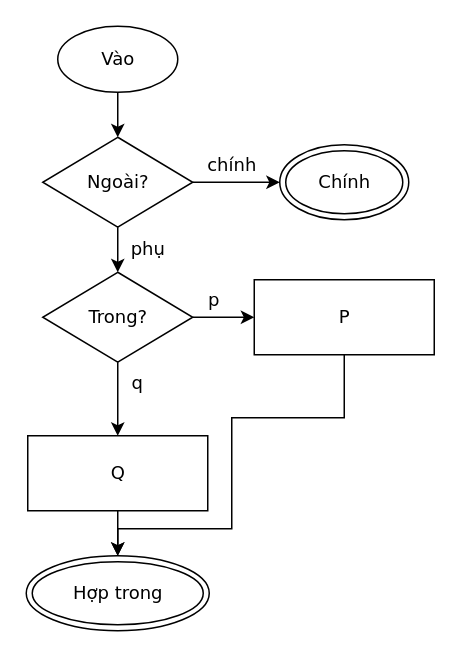
luytbq/flowcast keeps this draw.io diagram as conformance/golden/flowchart/16-place-merge-nested.drawio. Above is the earlier version. Source tidied: cells renumbered, new cells numbered last; positions are measured from the earlier drawing's top-left corner, leaving out a move shared by most shapes. Both pictures are drawn from the tidied source at 150%, with x=0, y=0 at pixel (26, 26).
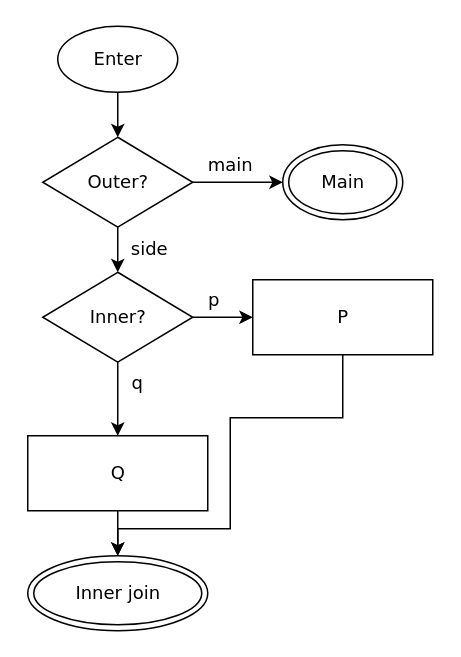
The same page after the edit.

The edit, as a diff of the source:
```diff
@@
-    <mxCell id="2" value="Vào" style="ellipse;html=1;fontFamily=Verdana;fontSize=12;flowtable=1;" parent="1" vertex="1">
+    <mxCell id="2" value="Enter" style="ellipse;html=1;fontFamily=Verdana;fontSize=12;flowtable=1;" parent="1" vertex="1">
       <mxGeometry x="21" width="80" height="44" as="geometry" />
     </mxCell>
-    <mxCell id="3" value="Ngoài?" style="rhombus;html=1;fontFamily=Verdana;fontSize=12;flowtable=1;" parent="1" vertex="1">
+    <mxCell id="3" value="Outer?" style="rhombus;html=1;fontFamily=Verdana;fontSize=12;flowtable=1;" parent="1" vertex="1">
       <mxGeometry x="11" y="74" width="100" height="60" as="geometry" />
     </mxCell>
-    <mxCell id="4" value="Trong?" style="rhombus;html=1;fontFamily=Verdana;fontSize=12;flowtable=1;" parent="1" vertex="1">
+    <mxCell id="4" value="Inner?" style="rhombus;html=1;fontFamily=Verdana;fontSize=12;flowtable=1;" parent="1" vertex="1">
       <mxGeometry x="11" y="164" width="100" height="60" as="geometry" />
     </mxCell>
     <mxCell id="5" value="P" style="rounded=0;html=1;fontFamily=Verdana;fontSize=12;flowtable=1;" parent="1" vertex="1">
-      <mxGeometry x="152" y="169" width="120" height="50" as="geometry" />
+      <mxGeometry x="151" y="169" width="120" height="50" as="geometry" />
     </mxCell>
@@
-    <mxCell id="7" value="Hợp trong" style="shape=doubleEllipse;html=1;fontFamily=Verdana;fontSize=12;flowtable=1;" parent="1" vertex="1">
-      <mxGeometry y="353" width="122" height="50" as="geometry" />
+    <mxCell id="7" value="Inner join" style="shape=doubleEllipse;html=1;fontFamily=Verdana;fontSize=12;flowtable=1;" parent="1" vertex="1">
+      <mxGeometry x="1" y="353" width="120" height="50" as="geometry" />
     </mxCell>
-    <mxCell id="8" value="Chính" style="shape=doubleEllipse;html=1;fontFamily=Verdana;fontSize=12;flowtable=1;" parent="1" vertex="1">
-      <mxGeometry x="169" y="79" width="86" height="50" as="geometry" />
+    <mxCell id="8" value="Main" style="shape=doubleEllipse;html=1;fontFamily=Verdana;fontSize=12;flowtable=1;" parent="1" vertex="1">
+      <mxGeometry x="171" y="79" width="80" height="50" as="geometry" />
     </mxCell>
@@
-    <mxCell id="10" value="phụ" style="edgeStyle=orthogonalEdgeStyle;rounded=0;jettySize=auto;html=1;labelBackgroundColor=default;exitX=0.5;exitY=1;exitDx=0;exitDy=0;entryX=0.5;entryY=0;entryDx=0;entryDy=0;fontFamily=Verdana;fontSize=12;flowtable=1;" parent="1" edge="1" source="3" target="4">
+    <mxCell id="10" value="side" style="edgeStyle=orthogonalEdgeStyle;rounded=0;jettySize=auto;html=1;labelBackgroundColor=default;exitX=0.5;exitY=1;exitDx=0;exitDy=0;entryX=0.5;entryY=0;entryDx=0;entryDy=0;fontFamily=Verdana;fontSize=12;flowtable=1;" parent="1" edge="1" source="3" target="4">
       <mxGeometry x="-0.03" relative="1" as="geometry">
-        <mxPoint x="20.3" as="offset" />
+        <mxPoint x="21.1" as="offset" />
       </mxGeometry>
     </mxCell>
-    <mxCell id="11" value="chính" style="edgeStyle=orthogonalEdgeStyle;rounded=0;jettySize=auto;html=1;labelBackgroundColor=default;exitX=1;exitY=0.5;exitDx=0;exitDy=0;entryX=0;entryY=0.5;entryDx=0;entryDy=0;fontFamily=Verdana;fontSize=12;flowtable=1;" parent="1" edge="1" source="3" target="8">
-      <mxGeometry x="-0.1" relative="1" as="geometry">
+    <mxCell id="11" value="main" style="edgeStyle=orthogonalEdgeStyle;rounded=0;jettySize=auto;html=1;labelBackgroundColor=default;exitX=1;exitY=0.5;exitDx=0;exitDy=0;entryX=0;entryY=0.5;entryDx=0;entryDy=0;fontFamily=Verdana;fontSize=12;flowtable=1;" parent="1" edge="1" source="3" target="8">
+      <mxGeometry x="-0.17" relative="1" as="geometry">
         <mxPoint y="-11.5" as="offset" />
       </mxGeometry>
     </mxCell>
     <mxCell id="12" value="p" style="edgeStyle=orthogonalEdgeStyle;rounded=0;jettySize=auto;html=1;labelBackgroundColor=default;exitX=1;exitY=0.5;exitDx=0;exitDy=0;entryX=0;entryY=0.5;entryDx=0;entryDy=0;fontFamily=Verdana;fontSize=12;flowtable=1;" parent="1" edge="1" source="4" target="5">
-      <mxGeometry x="-0.33" relative="1" as="geometry">
+      <mxGeometry x="-0.31" relative="1" as="geometry">
         <mxPoint y="-11.5" as="offset" />
       </mxGeometry>
     </mxCell>
@@
     <mxCell id="14" style="edgeStyle=orthogonalEdgeStyle;rounded=0;jettySize=auto;html=1;labelBackgroundColor=default;exitX=0.5;exitY=1;exitDx=0;exitDy=0;entryX=0.5;entryY=0;entryDx=0;entryDy=0;fontFamily=Verdana;fontSize=12;flowtable=1;" parent="1" edge="1" source="5" target="7">
       <mxGeometry relative="1" as="geometry">
         <Array as="points">
-          <mxPoint x="212" y="261" />
-          <mxPoint x="137" y="261" />
-          <mxPoint x="137" y="335" />
+          <mxPoint x="211" y="261" />
+          <mxPoint x="136" y="261" />
+          <mxPoint x="136" y="335" />
           <mxPoint x="61" y="335" />
         </Array>
       </mxGeometry>
     </mxCell>
```
